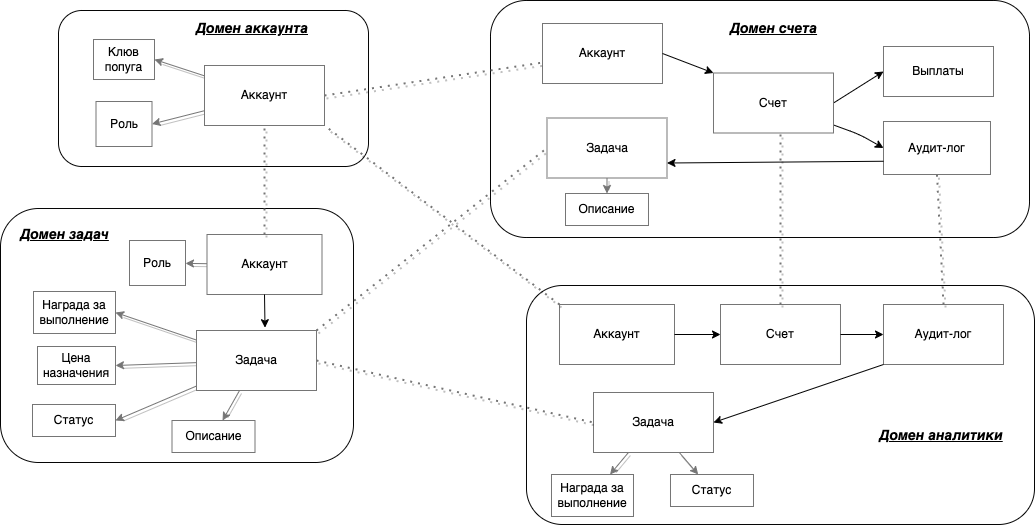
The draw.io diagram docs/domain_model/diagram.png in novoseltcev/async-course, before a commit. Source tidied: cells renumbered, new cells last; positions are measured from the earlier drawing's top-left corner, leaving out a move shared by most shapes. Source of this version:
```xml
<mxGraphModel background="#ffffff">
  <root>
    <mxCell id="0" />
    <mxCell id="1" parent="0" />
    <mxCell id="2" style="rounded=1;whiteSpace=wrap;html=1;fillColor=#FFF;strokeColor=#050505;" parent="1" vertex="1">
      <mxGeometry x="490" width="539" height="237" as="geometry" />
    </mxCell>
    <mxCell id="3" style="rounded=1;whiteSpace=wrap;html=1;fillColor=#FFF;strokeColor=#050505;" parent="1" vertex="1">
      <mxGeometry y="208" width="353" height="254" as="geometry" />
    </mxCell>
    <mxCell id="4" style="rounded=1;whiteSpace=wrap;html=1;fillColor=#FFF;strokeColor=#050505;align=right;" parent="1" vertex="1">
      <mxGeometry x="58" y="10" width="310" height="156" as="geometry" />
    </mxCell>
    <mxCell id="5" style="edgeStyle=none;html=1;entryX=1;entryY=0.5;entryDx=0;entryDy=0;shadow=1;strokeColor=#757575;fontSize=14;fontColor=#000000;fillColor=none;" parent="1" edge="1" source="7" target="8">
      <mxGeometry relative="1" as="geometry" />
    </mxCell>
    <mxCell id="6" style="edgeStyle=none;html=1;entryX=1;entryY=0.5;entryDx=0;entryDy=0;shadow=1;strokeColor=#757575;fontSize=14;fontColor=#000000;fillColor=none;" parent="1" edge="1" source="7" target="9">
      <mxGeometry relative="1" as="geometry" />
    </mxCell>
    <mxCell id="7" value="&lt;font color=&quot;#000000&quot;&gt;Аккаунт&lt;br&gt;&lt;/font&gt;" style="rounded=0;whiteSpace=wrap;html=1;strokeColor=#757575;fillColor=#FFFFFF;" parent="1" vertex="1">
      <mxGeometry x="204" y="65" width="120" height="60" as="geometry" />
    </mxCell>
    <mxCell id="8" value="&lt;font color=&quot;#000000&quot;&gt;Роль&lt;br&gt;&lt;/font&gt;" style="rounded=0;whiteSpace=wrap;html=1;strokeColor=#757575;fillColor=#FFFFFF;" parent="1" vertex="1">
      <mxGeometry x="95.5" y="101" width="56" height="45" as="geometry" />
    </mxCell>
    <mxCell id="9" value="&lt;font color=&quot;#000000&quot;&gt;Клюв попуга&lt;br&gt;&lt;/font&gt;" style="rounded=0;whiteSpace=wrap;html=1;strokeColor=#757575;fillColor=#FFFFFF;" parent="1" vertex="1">
      <mxGeometry x="93" y="39" width="61" height="40" as="geometry" />
    </mxCell>
    <mxCell id="10" style="edgeStyle=none;html=1;entryX=1;entryY=0.5;entryDx=0;entryDy=0;shadow=1;strokeColor=#757575;fontSize=14;fontColor=#000000;fillColor=none;" parent="1" edge="1" source="14" target="22">
      <mxGeometry relative="1" as="geometry" />
    </mxCell>
    <mxCell id="11" style="edgeStyle=none;html=1;entryX=1;entryY=0.5;entryDx=0;entryDy=0;shadow=1;strokeColor=#757575;fontSize=14;fontColor=#000000;fillColor=none;" parent="1" edge="1" source="14" target="16">
      <mxGeometry relative="1" as="geometry" />
    </mxCell>
    <mxCell id="12" style="edgeStyle=none;html=1;entryX=1;entryY=0.5;entryDx=0;entryDy=0;shadow=1;strokeColor=#757575;fontSize=14;fontColor=#000000;fillColor=none;" parent="1" edge="1" source="14" target="15">
      <mxGeometry relative="1" as="geometry" />
    </mxCell>
    <mxCell id="13" style="edgeStyle=none;html=1;shadow=1;strokeColor=#757575;fontSize=14;fontColor=#000000;fillColor=none;" parent="1" edge="1" source="14" target="48">
      <mxGeometry relative="1" as="geometry" />
    </mxCell>
    <mxCell id="14" value="&lt;font color=&quot;#000000&quot;&gt;Задача&lt;br&gt;&lt;/font&gt;" style="rounded=0;whiteSpace=wrap;html=1;strokeColor=#757575;fillColor=#FFFFFF;" parent="1" vertex="1">
      <mxGeometry x="196" y="330" width="120" height="60" as="geometry" />
    </mxCell>
    <mxCell id="15" value="&lt;font color=&quot;#000000&quot;&gt;Цена назначения&lt;br&gt;&lt;/font&gt;" style="rounded=0;whiteSpace=wrap;html=1;strokeColor=#757575;fillColor=#FFFFFF;" parent="1" vertex="1">
      <mxGeometry x="37" y="346" width="78" height="38" as="geometry" />
    </mxCell>
    <mxCell id="16" value="&lt;font color=&quot;#000000&quot;&gt;Награда за выполнение&lt;br&gt;&lt;/font&gt;" style="rounded=0;whiteSpace=wrap;html=1;strokeColor=#757575;fillColor=#FFFFFF;" parent="1" vertex="1">
      <mxGeometry x="33" y="291" width="82" height="42" as="geometry" />
    </mxCell>
    <mxCell id="17" style="edgeStyle=none;html=1;exitX=1;exitY=0.5;exitDx=0;exitDy=0;entryX=0;entryY=0.5;entryDx=0;entryDy=0;strokeColor=#000000;fontColor=#000000;fillColor=#000000;" parent="1" edge="1" source="19" target="20">
      <mxGeometry relative="1" as="geometry" />
    </mxCell>
    <mxCell id="18" style="edgeStyle=none;html=1;entryX=0;entryY=0.5;entryDx=0;entryDy=0;strokeColor=#000000;fontColor=#000000;fillColor=#000000;" parent="1" edge="1" source="19" target="21">
      <mxGeometry relative="1" as="geometry">
        <Array as="points">
          <mxPoint x="859" y="134" />
        </Array>
      </mxGeometry>
    </mxCell>
    <mxCell id="19" value="&lt;font color=&quot;#000000&quot;&gt;Счет&lt;br&gt;&lt;/font&gt;" style="rounded=0;whiteSpace=wrap;html=1;strokeColor=#757575;fillColor=#FFFFFF;" parent="1" vertex="1">
      <mxGeometry x="713" y="72.5" width="120" height="60" as="geometry" />
    </mxCell>
    <mxCell id="20" value="&lt;font color=&quot;#000000&quot;&gt;Выплаты&lt;br&gt;&lt;/font&gt;" style="rounded=0;whiteSpace=wrap;html=1;strokeColor=#757575;fillColor=#FFFFFF;" parent="1" vertex="1">
      <mxGeometry x="883" y="46" width="110" height="50" as="geometry" />
    </mxCell>
    <mxCell id="21" value="&lt;font color=&quot;#000000&quot;&gt;Аудит-лог&lt;br&gt;&lt;/font&gt;" style="rounded=0;whiteSpace=wrap;html=1;strokeColor=#757575;fillColor=#FFFFFF;" parent="1" vertex="1">
      <mxGeometry x="883" y="121" width="107" height="53" as="geometry" />
    </mxCell>
    <mxCell id="22" value="&lt;font color=&quot;#000000&quot;&gt;Статус&lt;br&gt;&lt;/font&gt;" style="rounded=0;whiteSpace=wrap;html=1;strokeColor=#757575;fillColor=#FFFFFF;" parent="1" vertex="1">
      <mxGeometry x="32" y="404" width="83" height="32" as="geometry" />
    </mxCell>
    <mxCell id="23" style="edgeStyle=none;html=1;shadow=1;strokeColor=#757575;fontSize=14;fontColor=#000000;fillColor=none;" parent="1" edge="1" source="24" target="47">
      <mxGeometry relative="1" as="geometry" />
    </mxCell>
    <mxCell id="24" value="&lt;font color=&quot;#000000&quot;&gt;Аккаунт&lt;br&gt;&lt;/font&gt;" style="rounded=0;whiteSpace=wrap;html=1;strokeColor=#757575;fillColor=#FFFFFF;" parent="1" vertex="1">
      <mxGeometry x="206.5" y="234" width="115" height="60" as="geometry" />
    </mxCell>
    <mxCell id="25" style="edgeStyle=none;html=1;strokeColor=#000000;fontColor=#000000;fillColor=#000000;entryX=0.571;entryY=-0.047;entryDx=0;entryDy=0;exitX=0.5;exitY=1;exitDx=0;exitDy=0;entryPerimeter=0;" parent="1" edge="1" source="24" target="14">
      <mxGeometry relative="1" as="geometry" />
    </mxCell>
    <mxCell id="26" value="&lt;font color=&quot;#000000&quot;&gt;Аккаунт&lt;br&gt;&lt;/font&gt;" style="rounded=0;whiteSpace=wrap;html=1;strokeColor=#757575;fillColor=#FFFFFF;" parent="1" vertex="1">
      <mxGeometry x="542" y="23" width="120" height="60" as="geometry" />
    </mxCell>
    <mxCell id="27" style="rounded=1;whiteSpace=wrap;html=1;fillColor=#FFF;strokeColor=#050505;" parent="1" vertex="1">
      <mxGeometry x="526" y="285" width="508" height="239" as="geometry" />
    </mxCell>
    <mxCell id="28" value="&lt;font color=&quot;#000000&quot;&gt;Аккаунт&lt;br&gt;&lt;/font&gt;" style="rounded=0;whiteSpace=wrap;html=1;strokeColor=#757575;fillColor=#FFFFFF;" parent="1" vertex="1">
      <mxGeometry x="559" y="304" width="115" height="60" as="geometry" />
    </mxCell>
    <mxCell id="29" style="edgeStyle=none;html=1;shadow=1;strokeColor=#757575;fontSize=14;fontColor=#000000;fillColor=none;" parent="1" edge="1" source="30" target="49">
      <mxGeometry relative="1" as="geometry" />
    </mxCell>
    <mxCell id="30" value="&lt;font color=&quot;#000000&quot;&gt;Задача&lt;br&gt;&lt;/font&gt;" style="rounded=0;whiteSpace=wrap;html=1;strokeColor=#757575;fillColor=#FFFFFF;" parent="1" vertex="1">
      <mxGeometry x="546.5" y="117.5" width="120" height="60" as="geometry" />
    </mxCell>
    <mxCell id="31" value="&lt;font color=&quot;#000000&quot;&gt;Счет&lt;br&gt;&lt;/font&gt;" style="rounded=0;whiteSpace=wrap;html=1;strokeColor=#757575;fillColor=#FFFFFF;" parent="1" vertex="1">
      <mxGeometry x="720" y="304" width="120" height="60" as="geometry" />
    </mxCell>
    <mxCell id="32" style="edgeStyle=none;html=1;shadow=1;strokeColor=#757575;fontSize=14;fontColor=#000000;fillColor=none;" parent="1" edge="1" source="34" target="55">
      <mxGeometry relative="1" as="geometry" />
    </mxCell>
    <mxCell id="33" style="edgeStyle=none;html=1;shadow=1;strokeColor=#757575;fontSize=14;fontColor=#000000;fillColor=none;" parent="1" edge="1" source="34" target="56">
      <mxGeometry relative="1" as="geometry" />
    </mxCell>
    <mxCell id="34" value="&lt;font color=&quot;#000000&quot;&gt;Задача&lt;br&gt;&lt;/font&gt;" style="rounded=0;whiteSpace=wrap;html=1;strokeColor=#757575;fillColor=#FFFFFF;" parent="1" vertex="1">
      <mxGeometry x="593" y="392" width="120" height="60" as="geometry" />
    </mxCell>
    <mxCell id="35" value="&lt;font color=&quot;#000000&quot;&gt;Аудит-лог&lt;br&gt;&lt;/font&gt;" style="rounded=0;whiteSpace=wrap;html=1;strokeColor=#757575;fillColor=#FFFFFF;" parent="1" vertex="1">
      <mxGeometry x="883" y="304" width="120" height="60" as="geometry" />
    </mxCell>
    <mxCell id="36" style="endArrow=none;dashed=1;html=1;dashPattern=1 3;strokeWidth=2;shadow=1;strokeColor=#757575;fillColor=none;exitX=1;exitY=0.5;exitDx=0;exitDy=0;" parent="1" edge="1" source="7" target="26">
      <mxGeometry relative="1" as="geometry" />
    </mxCell>
    <mxCell id="37" style="endArrow=none;dashed=1;html=1;dashPattern=1 3;strokeWidth=2;shadow=1;strokeColor=#757575;fillColor=none;exitX=0.5;exitY=0;exitDx=0;exitDy=0;entryX=0.5;entryY=1;entryDx=0;entryDy=0;" parent="1" edge="1" source="24" target="7">
      <mxGeometry relative="1" as="geometry" />
    </mxCell>
    <mxCell id="38" style="endArrow=none;dashed=1;html=1;dashPattern=1 3;strokeWidth=2;shadow=1;strokeColor=#757575;fillColor=none;exitX=0;exitY=0;exitDx=0;exitDy=0;entryX=1;entryY=1;entryDx=0;entryDy=0;" parent="1" edge="1" source="28" target="7">
      <mxGeometry relative="1" as="geometry" />
    </mxCell>
    <mxCell id="39" style="endArrow=none;dashed=1;html=1;dashPattern=1 3;strokeWidth=2;shadow=1;strokeColor=#757575;fillColor=none;exitX=1;exitY=0;exitDx=0;exitDy=0;entryX=0;entryY=0.5;entryDx=0;entryDy=0;" parent="1" edge="1" source="14" target="30">
      <mxGeometry relative="1" as="geometry" />
    </mxCell>
    <mxCell id="40" style="endArrow=none;dashed=1;html=1;dashPattern=1 3;strokeWidth=2;shadow=1;strokeColor=#757575;fillColor=none;exitX=1;exitY=0.5;exitDx=0;exitDy=0;entryX=0;entryY=0.5;entryDx=0;entryDy=0;" parent="1" edge="1" source="14" target="34">
      <mxGeometry relative="1" as="geometry" />
    </mxCell>
    <mxCell id="41" style="endArrow=none;dashed=1;html=1;dashPattern=1 3;strokeWidth=2;shadow=1;strokeColor=#757575;fillColor=none;entryX=0.559;entryY=1.008;entryDx=0;entryDy=0;entryPerimeter=0;exitX=0.5;exitY=0;exitDx=0;exitDy=0;" parent="1" edge="1" source="31" target="19">
      <mxGeometry relative="1" as="geometry" />
    </mxCell>
    <mxCell id="42" style="endArrow=none;dashed=1;html=1;dashPattern=1 3;strokeWidth=2;shadow=1;strokeColor=#757575;fillColor=none;entryX=0.5;entryY=1;entryDx=0;entryDy=0;exitX=0.5;exitY=0;exitDx=0;exitDy=0;" parent="1" edge="1" source="35" target="21">
      <mxGeometry relative="1" as="geometry" />
    </mxCell>
    <mxCell id="43" value="&lt;font style=&quot;font-size: 14px;&quot; color=&quot;#000000&quot;&gt;&lt;b&gt;&lt;i&gt;&lt;u&gt;Домен задач&lt;/u&gt;&lt;/i&gt;&lt;/b&gt;&lt;/font&gt;" style="text;strokeColor=none;align=center;fillColor=none;html=1;verticalAlign=middle;whiteSpace=wrap;rounded=0;" parent="1" vertex="1">
      <mxGeometry x="10" y="219" width="109" height="30" as="geometry" />
    </mxCell>
    <mxCell id="44" value="&lt;font style=&quot;font-size: 14px;&quot; color=&quot;#000000&quot;&gt;&lt;b&gt;&lt;i&gt;&lt;u&gt;Домен аналитики&lt;/u&gt;&lt;/i&gt;&lt;/b&gt;&lt;/font&gt;" style="text;strokeColor=none;align=center;fillColor=none;html=1;verticalAlign=middle;whiteSpace=wrap;rounded=0;" parent="1" vertex="1">
      <mxGeometry x="871" y="420" width="140" height="30" as="geometry" />
    </mxCell>
    <mxCell id="45" value="&lt;font style=&quot;font-size: 14px;&quot; color=&quot;#000000&quot;&gt;&lt;b&gt;&lt;i&gt;&lt;u&gt;Домен счета&lt;/u&gt;&lt;/i&gt;&lt;/b&gt;&lt;/font&gt;" style="text;strokeColor=none;align=center;fillColor=none;html=1;verticalAlign=middle;whiteSpace=wrap;rounded=0;" parent="1" vertex="1">
      <mxGeometry x="718.5" y="13" width="109" height="30" as="geometry" />
    </mxCell>
    <mxCell id="46" value="&lt;font style=&quot;font-size: 14px;&quot; color=&quot;#000000&quot;&gt;&lt;b&gt;&lt;i&gt;&lt;u&gt;Домен аккаунта&lt;/u&gt;&lt;/i&gt;&lt;/b&gt;&lt;/font&gt;" style="text;strokeColor=none;align=center;fillColor=none;html=1;verticalAlign=middle;whiteSpace=wrap;rounded=0;" parent="1" vertex="1">
      <mxGeometry x="192" y="13" width="120" height="30" as="geometry" />
    </mxCell>
    <mxCell id="47" value="&lt;font color=&quot;#000000&quot;&gt;Роль&lt;br&gt;&lt;/font&gt;" style="rounded=0;whiteSpace=wrap;html=1;strokeColor=#757575;fillColor=#FFFFFF;" parent="1" vertex="1">
      <mxGeometry x="129" y="240" width="56" height="45" as="geometry" />
    </mxCell>
    <mxCell id="48" value="&lt;font color=&quot;#000000&quot;&gt;Описание&lt;br&gt;&lt;/font&gt;" style="rounded=0;whiteSpace=wrap;html=1;strokeColor=#757575;fillColor=#FFFFFF;" parent="1" vertex="1">
      <mxGeometry x="171.5" y="420" width="83" height="32" as="geometry" />
    </mxCell>
    <mxCell id="49" value="&lt;font color=&quot;#000000&quot;&gt;Описание&lt;br&gt;&lt;/font&gt;" style="rounded=0;whiteSpace=wrap;html=1;strokeColor=#757575;fillColor=#FFFFFF;" parent="1" vertex="1">
      <mxGeometry x="565" y="193" width="83" height="32" as="geometry" />
    </mxCell>
    <mxCell id="50" style="edgeStyle=none;html=1;entryX=1;entryY=0.75;entryDx=0;entryDy=0;strokeColor=#000000;fontColor=#000000;fillColor=#000000;exitX=0;exitY=0.75;exitDx=0;exitDy=0;" parent="1" edge="1" source="21" target="30">
      <mxGeometry relative="1" as="geometry" />
    </mxCell>
    <mxCell id="51" style="edgeStyle=none;html=1;exitX=1;exitY=0.5;exitDx=0;exitDy=0;entryX=0;entryY=0;entryDx=0;entryDy=0;strokeColor=#000000;fontColor=#000000;fillColor=#000000;" parent="1" edge="1" source="26" target="19">
      <mxGeometry relative="1" as="geometry" />
    </mxCell>
    <mxCell id="52" style="edgeStyle=none;html=1;exitX=1;exitY=0.5;exitDx=0;exitDy=0;entryX=0;entryY=0.5;entryDx=0;entryDy=0;strokeColor=#000000;fontColor=#000000;fillColor=#000000;" parent="1" edge="1" source="28" target="31">
      <mxGeometry relative="1" as="geometry" />
    </mxCell>
    <mxCell id="53" style="edgeStyle=none;html=1;exitX=0;exitY=1;exitDx=0;exitDy=0;entryX=1;entryY=0.5;entryDx=0;entryDy=0;strokeColor=#000000;fontColor=#000000;fillColor=#000000;" parent="1" edge="1" source="35" target="34">
      <mxGeometry relative="1" as="geometry" />
    </mxCell>
    <mxCell id="54" style="edgeStyle=none;html=1;exitX=1;exitY=0.5;exitDx=0;exitDy=0;entryX=0;entryY=0.5;entryDx=0;entryDy=0;strokeColor=#000000;fontColor=#000000;fillColor=#000000;" parent="1" edge="1" source="31" target="35">
      <mxGeometry relative="1" as="geometry" />
    </mxCell>
    <mxCell id="55" value="&lt;font color=&quot;#000000&quot;&gt;Награда за выполнение&lt;br&gt;&lt;/font&gt;" style="rounded=0;whiteSpace=wrap;html=1;strokeColor=#757575;fillColor=#FFFFFF;" parent="1" vertex="1">
      <mxGeometry x="551" y="474" width="82" height="42" as="geometry" />
    </mxCell>
    <mxCell id="56" value="&lt;font color=&quot;#000000&quot;&gt;Статус&lt;br&gt;&lt;/font&gt;" style="rounded=0;whiteSpace=wrap;html=1;strokeColor=#757575;fillColor=#FFFFFF;" parent="1" vertex="1">
      <mxGeometry x="670" y="474" width="83" height="32" as="geometry" />
    </mxCell>
  </root>
</mxGraphModel>
```
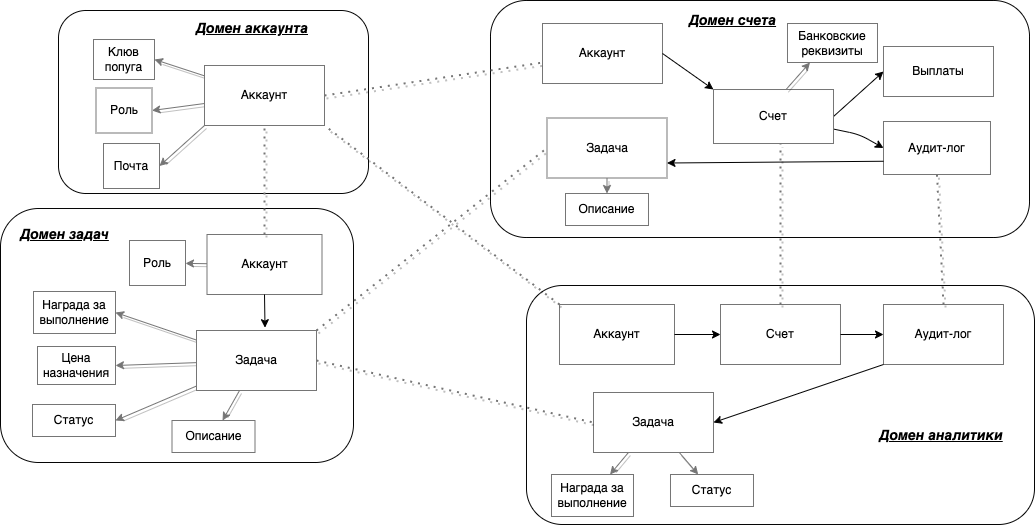
The same file after the commit.

Change to the diagram source:
```diff
@@ -9,7 +9,7 @@
       <mxGeometry y="208" width="353" height="254" as="geometry" />
     </mxCell>
     <mxCell id="4" style="rounded=1;whiteSpace=wrap;html=1;fillColor=#FFF;strokeColor=#050505;align=right;" parent="1" vertex="1">
-      <mxGeometry x="58" y="10" width="310" height="156" as="geometry" />
+      <mxGeometry x="58" y="10" width="310" height="183" as="geometry" />
     </mxCell>
     <mxCell id="5" style="edgeStyle=none;html=1;entryX=1;entryY=0.5;entryDx=0;entryDy=0;shadow=1;strokeColor=#757575;fontSize=14;fontColor=#000000;fillColor=none;" parent="1" edge="1" source="7" target="8">
       <mxGeometry relative="1" as="geometry" />
@@ -21,7 +21,7 @@
       <mxGeometry x="204" y="65" width="120" height="60" as="geometry" />
     </mxCell>
     <mxCell id="8" value="&lt;font color=&quot;#000000&quot;&gt;Роль&lt;br&gt;&lt;/font&gt;" style="rounded=0;whiteSpace=wrap;html=1;strokeColor=#757575;fillColor=#FFFFFF;" parent="1" vertex="1">
-      <mxGeometry x="95.5" y="101" width="56" height="45" as="geometry" />
+      <mxGeometry x="95.5" y="87.5" width="56" height="45" as="geometry" />
     </mxCell>
     <mxCell id="9" value="&lt;font color=&quot;#000000&quot;&gt;Клюв попуга&lt;br&gt;&lt;/font&gt;" style="rounded=0;whiteSpace=wrap;html=1;strokeColor=#757575;fillColor=#FFFFFF;" parent="1" vertex="1">
       <mxGeometry x="93" y="39" width="61" height="40" as="geometry" />
@@ -58,7 +58,7 @@
       </mxGeometry>
     </mxCell>
     <mxCell id="19" value="&lt;font color=&quot;#000000&quot;&gt;Счет&lt;br&gt;&lt;/font&gt;" style="rounded=0;whiteSpace=wrap;html=1;strokeColor=#757575;fillColor=#FFFFFF;" parent="1" vertex="1">
-      <mxGeometry x="713" y="72.5" width="120" height="60" as="geometry" />
+      <mxGeometry x="713" y="89" width="120" height="54" as="geometry" />
     </mxCell>
     <mxCell id="20" value="&lt;font color=&quot;#000000&quot;&gt;Выплаты&lt;br&gt;&lt;/font&gt;" style="rounded=0;whiteSpace=wrap;html=1;strokeColor=#757575;fillColor=#FFFFFF;" parent="1" vertex="1">
       <mxGeometry x="883" y="46" width="110" height="50" as="geometry" />
@@ -136,7 +136,7 @@
       <mxGeometry x="871" y="420" width="140" height="30" as="geometry" />
     </mxCell>
     <mxCell id="45" value="&lt;font style=&quot;font-size: 14px;&quot; color=&quot;#000000&quot;&gt;&lt;b&gt;&lt;i&gt;&lt;u&gt;Домен счета&lt;/u&gt;&lt;/i&gt;&lt;/b&gt;&lt;/font&gt;" style="text;strokeColor=none;align=center;fillColor=none;html=1;verticalAlign=middle;whiteSpace=wrap;rounded=0;" parent="1" vertex="1">
-      <mxGeometry x="718.5" y="13" width="109" height="30" as="geometry" />
+      <mxGeometry x="678" y="5" width="109" height="30" as="geometry" />
     </mxCell>
     <mxCell id="46" value="&lt;font style=&quot;font-size: 14px;&quot; color=&quot;#000000&quot;&gt;&lt;b&gt;&lt;i&gt;&lt;u&gt;Домен аккаунта&lt;/u&gt;&lt;/i&gt;&lt;/b&gt;&lt;/font&gt;" style="text;strokeColor=none;align=center;fillColor=none;html=1;verticalAlign=middle;whiteSpace=wrap;rounded=0;" parent="1" vertex="1">
       <mxGeometry x="192" y="13" width="120" height="30" as="geometry" />
@@ -171,5 +171,17 @@
     <mxCell id="56" value="&lt;font color=&quot;#000000&quot;&gt;Статус&lt;br&gt;&lt;/font&gt;" style="rounded=0;whiteSpace=wrap;html=1;strokeColor=#757575;fillColor=#FFFFFF;" parent="1" vertex="1">
       <mxGeometry x="670" y="474" width="83" height="32" as="geometry" />
     </mxCell>
+    <mxCell id="57" value="&lt;font color=&quot;#000000&quot;&gt;Банковские реквизиты&lt;br&gt;&lt;/font&gt;" style="rounded=0;whiteSpace=wrap;html=1;strokeColor=#757575;fillColor=#FFFFFF;" parent="1" vertex="1">
+      <mxGeometry x="787" y="23" width="90" height="39" as="geometry" />
+    </mxCell>
+    <mxCell id="58" value="&lt;font color=&quot;#000000&quot;&gt;Почта&lt;br&gt;&lt;/font&gt;" style="rounded=0;whiteSpace=wrap;html=1;strokeColor=#757575;fillColor=#FFFFFF;" parent="1" vertex="1">
+      <mxGeometry x="103" y="143" width="56" height="45" as="geometry" />
+    </mxCell>
+    <mxCell id="59" style="edgeStyle=none;html=1;entryX=1;entryY=0.5;entryDx=0;entryDy=0;shadow=1;strokeColor=#757575;fontSize=14;fontColor=#000000;fillColor=none;exitX=0;exitY=1;exitDx=0;exitDy=0;" parent="1" edge="1" source="7" target="58">
+      <mxGeometry relative="1" as="geometry" />
+    </mxCell>
+    <mxCell id="60" style="edgeStyle=none;html=1;entryX=0.25;entryY=1;entryDx=0;entryDy=0;shadow=1;strokeColor=#757575;fontSize=14;fontColor=#000000;fillColor=none;exitX=0.607;exitY=-0.006;exitDx=0;exitDy=0;exitPerimeter=0;" parent="1" edge="1" source="19" target="57">
+      <mxGeometry relative="1" as="geometry" />
+    </mxCell>
   </root>
 </mxGraphModel>
```
